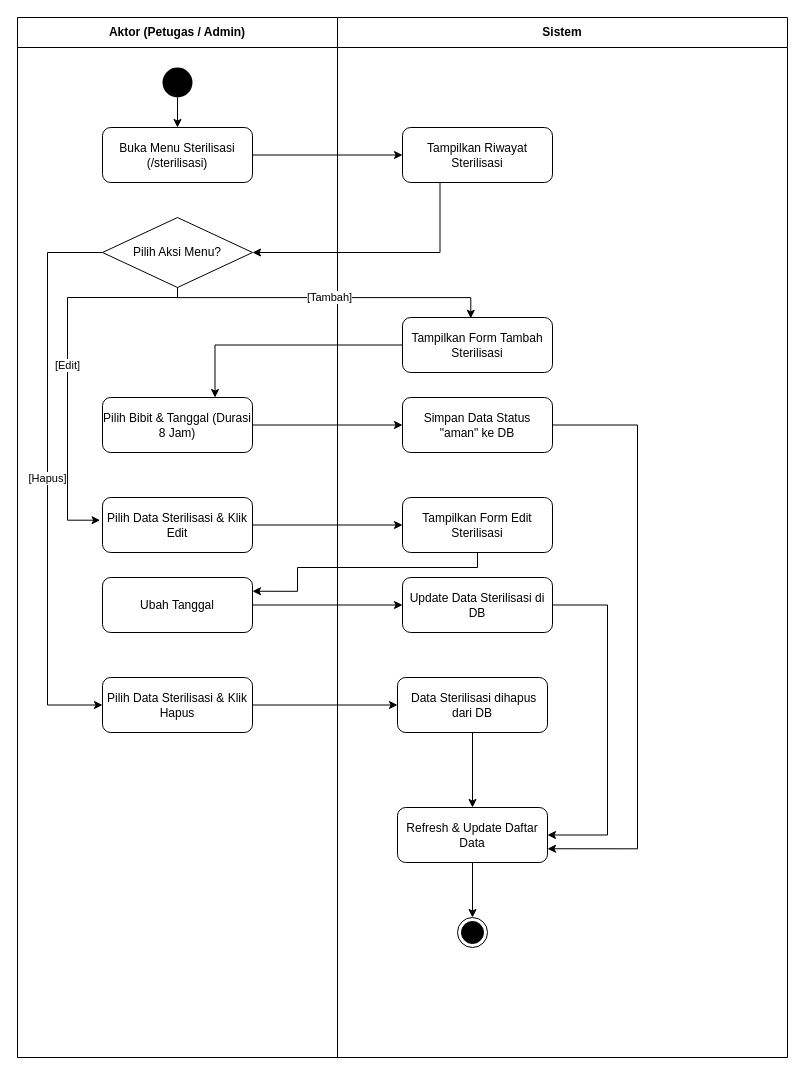
Above: page "Petugas: Kelola Sterilisasi" (3 of 16) of activity_diagram_lengkap.drawio in DaraAnggunJelita/jamur_tiram (draw.io), before the change. Source tidied: cells renumbered, new cells numbered last; positions are measured from the earlier drawing's top-left corner, leaving out a move shared by most shapes. Both pictures are drawn from the tidied source at 100%, with x=0, y=0 at pixel (17, 17).
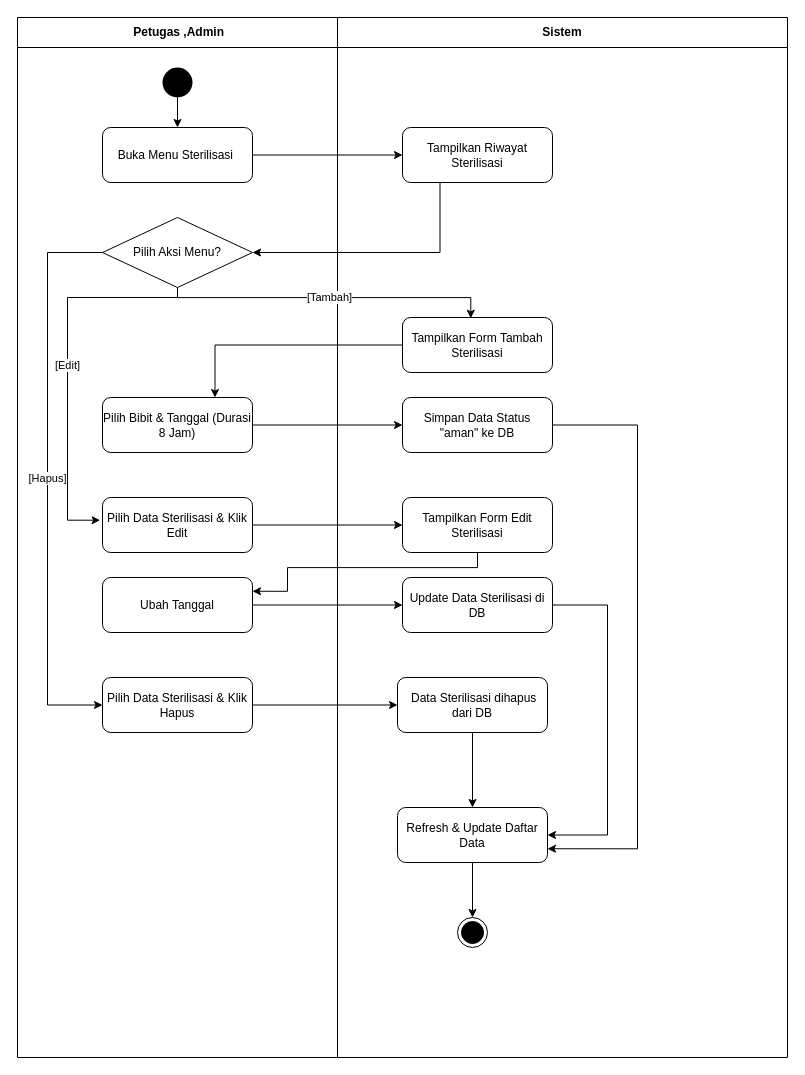
The same page after the edit.

The change refers to these unchanged cells:
```xml
<mxCell id="17" value="Tampilkan Form Edit Sterilisasi" style="rounded=1;whiteSpace=wrap;html=1;" parent="1" vertex="1">
  <mxGeometry x="385" y="480" width="150" height="55" as="geometry" />
</mxCell>
<mxCell id="18" value="Ubah Tanggal" style="rounded=1;whiteSpace=wrap;html=1;" parent="1" vertex="1">
  <mxGeometry x="85" y="560" width="150" height="55" as="geometry" />
</mxCell>
```

Change to the diagram source:
```diff
@@
-    <mxCell id="2" value="Aktor (Petugas / Admin)" style="swimlane;whiteSpace=wrap;html=1;startSize=30;" parent="1" vertex="1">
+    <mxCell id="2" value="&amp;nbsp;Petugas ,Admin" style="swimlane;whiteSpace=wrap;html=1;startSize=30;" parent="1" vertex="1">
       <mxGeometry width="320" height="1040" as="geometry" />
     </mxCell>
@@
-    <mxCell id="10" value="Buka Menu Sterilisasi (/sterilisasi)" style="rounded=1;whiteSpace=wrap;html=1;" parent="1" vertex="1">
+    <mxCell id="10" value="Buka Menu Sterilisasi&amp;nbsp;" style="rounded=1;whiteSpace=wrap;html=1;" parent="1" vertex="1">
       <mxGeometry x="85" y="110" width="150" height="55" as="geometry" />
     </mxCell>
@@
     <mxCell id="31" style="edgeStyle=orthogonalEdgeStyle;rounded=0;html=1;jettySize=auto;entryX=1;entryY=0.25;entryDx=0;entryDy=0;" parent="1" edge="1" source="17" target="18">
       <mxGeometry relative="1" as="geometry">
         <Array as="points">
-          <mxPoint x="460" y="550" />
-          <mxPoint x="280" y="550" />
-          <mxPoint x="280" y="573.8" />
+          <mxPoint x="460" y="550.1" />
+          <mxPoint x="270" y="550.1" />
+          <mxPoint x="270" y="573.8" />
         </Array>
       </mxGeometry>
     </mxCell>
```
